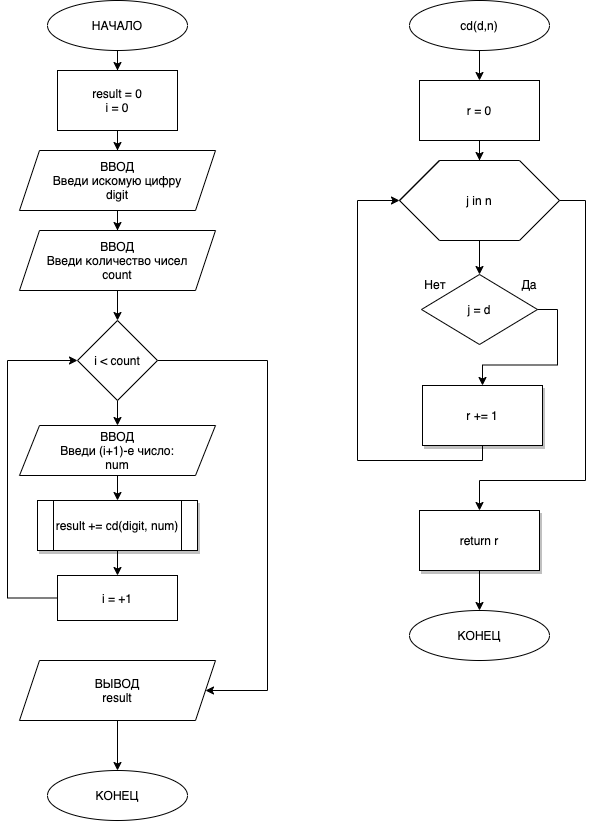
RSV48/algorithms keeps this draw.io diagram as lesson_02-task_02_08.png. Above is the earlier version. Source tidied: cells renumbered, new cells last; positions are measured from the earlier drawing's top-left corner, leaving out a move shared by most shapes. Its diagram source:
```xml
<mxGraphModel>
  <root>
    <mxCell id="0" />
    <mxCell id="1" parent="0" />
    <mxCell id="2" style="edgeStyle=orthogonalEdgeStyle;rounded=0;jettySize=auto;html=1;entryX=0.5;entryY=0;entryDx=0;entryDy=0;fontSize=12;" parent="1" edge="1" source="3" target="43">
      <mxGeometry relative="1" as="geometry" />
    </mxCell>
    <mxCell id="3" value="НАЧАЛО" style="ellipse;whiteSpace=wrap;html=1;fontSize=12;" parent="1" vertex="1">
      <mxGeometry x="40" width="140" height="50" as="geometry" />
    </mxCell>
    <mxCell id="4" style="edgeStyle=orthogonalEdgeStyle;rounded=0;jettySize=auto;html=1;entryX=0.5;entryY=0;entryDx=0;entryDy=0;exitX=0.5;exitY=1;exitDx=0;exitDy=0;fontSize=12;" parent="1" edge="1" source="41" target="8">
      <mxGeometry relative="1" as="geometry" />
    </mxCell>
    <mxCell id="5" style="edgeStyle=orthogonalEdgeStyle;rounded=0;jettySize=auto;html=1;fontSize=12;entryX=0.5;entryY=0;entryDx=0;entryDy=0;" parent="1" edge="1" source="6" target="47">
      <mxGeometry relative="1" as="geometry" />
    </mxCell>
    <mxCell id="6" value="ВВОД&lt;br style=&quot;font-size: 12px&quot;&gt;Введи искомую цифру&lt;br&gt;digit" style="shape=parallelogram;perimeter=parallelogramPerimeter;whiteSpace=wrap;html=1;fixedSize=1;fontSize=12;" parent="1" vertex="1">
      <mxGeometry x="12" y="150" width="196" height="60" as="geometry" />
    </mxCell>
    <mxCell id="7" style="edgeStyle=orthogonalEdgeStyle;rounded=0;jettySize=auto;html=1;fontSize=12;" parent="1" edge="1" source="8" target="10">
      <mxGeometry relative="1" as="geometry" />
    </mxCell>
    <mxCell id="8" value="ВВОД&lt;br style=&quot;font-size: 12px&quot;&gt;Введи (i+1)-е число:&lt;br style=&quot;font-size: 12px&quot;&gt;num" style="shape=parallelogram;perimeter=parallelogramPerimeter;whiteSpace=wrap;html=1;fixedSize=1;fontSize=12;" parent="1" vertex="1">
      <mxGeometry x="12" y="425" width="196" height="50" as="geometry" />
    </mxCell>
    <mxCell id="9" style="edgeStyle=orthogonalEdgeStyle;rounded=0;jettySize=auto;html=1;entryX=0.5;entryY=0;entryDx=0;entryDy=0;fontSize=12;" parent="1" edge="1" source="10" target="45">
      <mxGeometry relative="1" as="geometry" />
    </mxCell>
    <mxCell id="10" value="result += cd(digit, num)" style="shape=process;whiteSpace=wrap;html=1;backgroundOutline=1;shadow=1;fontSize=12;" parent="1" vertex="1">
      <mxGeometry x="30" y="500" width="160" height="50" as="geometry" />
    </mxCell>
    <mxCell id="11" style="edgeStyle=orthogonalEdgeStyle;rounded=0;jettySize=auto;html=1;fontSize=12;" parent="1" edge="1" source="12" target="13">
      <mxGeometry relative="1" as="geometry" />
    </mxCell>
    <mxCell id="12" value="ВЫВОД&lt;br style=&quot;font-size: 12px;&quot;&gt;result" style="shape=parallelogram;perimeter=parallelogramPerimeter;whiteSpace=wrap;html=1;fixedSize=1;fontSize=12;" parent="1" vertex="1">
      <mxGeometry x="12" y="660" width="196" height="60" as="geometry" />
    </mxCell>
    <mxCell id="13" value="КОНЕЦ" style="ellipse;whiteSpace=wrap;html=1;fontSize=12;" parent="1" vertex="1">
      <mxGeometry x="40" y="770" width="140" height="50" as="geometry" />
    </mxCell>
    <mxCell id="14" style="edgeStyle=orthogonalEdgeStyle;rounded=0;jettySize=auto;html=1;entryX=0.5;entryY=0;entryDx=0;entryDy=0;fontSize=12;" parent="1" edge="1" source="15" target="39">
      <mxGeometry relative="1" as="geometry" />
    </mxCell>
    <mxCell id="15" value="cd(d,n)" style="ellipse;whiteSpace=wrap;html=1;fontSize=12;" parent="1" vertex="1">
      <mxGeometry x="402" width="140" height="50" as="geometry" />
    </mxCell>
    <mxCell id="16" style="group;fontSize=12;" parent="1" vertex="1">
      <mxGeometry x="392" y="160" width="160" height="80" as="geometry" />
    </mxCell>
    <mxCell id="17" value="j in n" style="text;html=1;align=center;verticalAlign=middle;whiteSpace=wrap;rounded=0;shadow=0;fillColor=#ffffff;fontSize=12;" parent="16" vertex="1">
      <mxGeometry width="160" height="80" as="geometry" />
    </mxCell>
    <mxCell id="18" style="endArrow=none;html=1;fontSize=12;" parent="16" edge="1">
      <mxGeometry relative="1" as="geometry">
        <mxPoint y="40" as="sourcePoint" />
        <mxPoint x="40" as="targetPoint" />
      </mxGeometry>
    </mxCell>
    <mxCell id="19" style="endArrow=none;html=1;fontSize=12;" parent="16" edge="1">
      <mxGeometry relative="1" as="geometry">
        <mxPoint y="40" as="sourcePoint" />
        <mxPoint x="40" as="targetPoint" />
        <Array as="points">
          <mxPoint x="20" y="20" />
        </Array>
      </mxGeometry>
    </mxCell>
    <mxCell id="20" style="endArrow=none;html=1;fontSize=12;" parent="16" edge="1">
      <mxGeometry relative="1" as="geometry">
        <mxPoint x="40" as="sourcePoint" />
        <mxPoint x="120" as="targetPoint" />
      </mxGeometry>
    </mxCell>
    <mxCell id="21" style="endArrow=none;html=1;fontSize=12;" parent="16" edge="1">
      <mxGeometry relative="1" as="geometry">
        <mxPoint x="120" y="80" as="sourcePoint" />
        <mxPoint x="160" y="40" as="targetPoint" />
      </mxGeometry>
    </mxCell>
    <mxCell id="22" style="endArrow=none;html=1;fontSize=12;" parent="16" edge="1">
      <mxGeometry relative="1" as="geometry">
        <mxPoint x="40" y="80" as="sourcePoint" />
        <mxPoint y="40" as="targetPoint" />
      </mxGeometry>
    </mxCell>
    <mxCell id="23" style="endArrow=none;html=1;fontSize=12;" parent="16" edge="1">
      <mxGeometry relative="1" as="geometry">
        <mxPoint x="160" y="40" as="sourcePoint" />
        <mxPoint x="120" as="targetPoint" />
      </mxGeometry>
    </mxCell>
    <mxCell id="24" style="endArrow=none;html=1;fontSize=12;" parent="16" edge="1">
      <mxGeometry relative="1" as="geometry">
        <mxPoint x="40" y="80" as="sourcePoint" />
        <mxPoint x="120" y="80" as="targetPoint" />
      </mxGeometry>
    </mxCell>
    <mxCell id="25" style="group;fontSize=12;" parent="1" vertex="1">
      <mxGeometry x="408" y="274" width="134" height="70" as="geometry" />
    </mxCell>
    <mxCell id="26" value="j = d" style="rhombus;whiteSpace=wrap;html=1;fontSize=12;" parent="25" vertex="1">
      <mxGeometry x="6" width="116" height="70" as="geometry" />
    </mxCell>
    <mxCell id="27" value="Нет" style="text;html=1;strokeColor=none;fillColor=none;align=center;verticalAlign=middle;whiteSpace=wrap;rounded=0;shadow=1;fontSize=12;" parent="25" vertex="1">
      <mxGeometry width="40" height="20" as="geometry" />
    </mxCell>
    <mxCell id="28" style="edgeStyle=orthogonalEdgeStyle;rounded=0;orthogonalLoop=1;jettySize=auto;html=1;exitX=0.5;exitY=1;exitDx=0;exitDy=0;fontSize=12;" parent="25" edge="1" source="27" target="27">
      <mxGeometry relative="1" as="geometry" />
    </mxCell>
    <mxCell id="29" value="Да" style="text;html=1;strokeColor=none;fillColor=none;align=center;verticalAlign=middle;whiteSpace=wrap;rounded=0;shadow=1;fontSize=12;" parent="25" vertex="1">
      <mxGeometry x="94" width="40" height="20" as="geometry" />
    </mxCell>
    <mxCell id="30" style="edgeStyle=orthogonalEdgeStyle;rounded=0;jettySize=auto;html=1;entryX=0.5;entryY=0;entryDx=0;entryDy=0;fontSize=12;" parent="1" edge="1" source="17" target="26">
      <mxGeometry relative="1" as="geometry" />
    </mxCell>
    <mxCell id="31" style="edgeStyle=orthogonalEdgeStyle;rounded=0;jettySize=auto;html=1;entryX=0;entryY=0.5;entryDx=0;entryDy=0;exitX=0.5;exitY=1;exitDx=0;exitDy=0;fontSize=12;" parent="1" edge="1" source="32" target="17">
      <mxGeometry relative="1" as="geometry">
        <Array as="points">
          <mxPoint x="475" y="460" />
          <mxPoint x="350" y="460" />
          <mxPoint x="350" y="200" />
        </Array>
      </mxGeometry>
    </mxCell>
    <mxCell id="32" value="r += 1" style="rounded=0;whiteSpace=wrap;html=1;shadow=1;fontSize=12;" parent="1" vertex="1">
      <mxGeometry x="415" y="385" width="120" height="60" as="geometry" />
    </mxCell>
    <mxCell id="33" style="edgeStyle=orthogonalEdgeStyle;rounded=0;jettySize=auto;html=1;entryX=0.5;entryY=0;entryDx=0;entryDy=0;exitX=1;exitY=0.5;exitDx=0;exitDy=0;fontSize=12;" parent="1" edge="1" source="26" target="32">
      <mxGeometry relative="1" as="geometry" />
    </mxCell>
    <mxCell id="34" style="edgeStyle=orthogonalEdgeStyle;rounded=0;jettySize=auto;html=1;entryX=0.5;entryY=0;entryDx=0;entryDy=0;exitX=1;exitY=0.5;exitDx=0;exitDy=0;fontSize=12;" parent="1" edge="1" source="17" target="36">
      <mxGeometry relative="1" as="geometry">
        <Array as="points">
          <mxPoint x="578" y="200" />
          <mxPoint x="578" y="480" />
          <mxPoint x="472" y="480" />
        </Array>
      </mxGeometry>
    </mxCell>
    <mxCell id="35" style="edgeStyle=orthogonalEdgeStyle;rounded=0;jettySize=auto;html=1;entryX=0.5;entryY=0;entryDx=0;entryDy=0;fontSize=12;" parent="1" edge="1" source="36" target="37">
      <mxGeometry relative="1" as="geometry" />
    </mxCell>
    <mxCell id="36" value="return r" style="rounded=0;whiteSpace=wrap;html=1;shadow=1;fillColor=#ffffff;fontSize=12;" parent="1" vertex="1">
      <mxGeometry x="412" y="510" width="120" height="60" as="geometry" />
    </mxCell>
    <mxCell id="37" value="КОНЕЦ" style="ellipse;whiteSpace=wrap;html=1;fontSize=12;" parent="1" vertex="1">
      <mxGeometry x="402" y="610" width="140" height="50" as="geometry" />
    </mxCell>
    <mxCell id="38" style="edgeStyle=orthogonalEdgeStyle;rounded=0;jettySize=auto;html=1;entryX=0.5;entryY=0;entryDx=0;entryDy=0;fontSize=12;" parent="1" edge="1" source="39" target="17">
      <mxGeometry relative="1" as="geometry" />
    </mxCell>
    <mxCell id="39" value="r = 0" style="rounded=0;whiteSpace=wrap;html=1;shadow=0;fillColor=#ffffff;fontSize=12;" parent="1" vertex="1">
      <mxGeometry x="412" y="80" width="120" height="60" as="geometry" />
    </mxCell>
    <mxCell id="40" style="edgeStyle=orthogonalEdgeStyle;rounded=0;jettySize=auto;html=1;entryX=1;entryY=0.5;entryDx=0;entryDy=0;fontSize=12;" parent="1" edge="1" source="41" target="12">
      <mxGeometry relative="1" as="geometry">
        <Array as="points">
          <mxPoint x="260" y="360" />
          <mxPoint x="260" y="690" />
        </Array>
      </mxGeometry>
    </mxCell>
    <mxCell id="41" value="&lt;font style=&quot;font-size: 12px&quot;&gt;i &amp;lt; count&lt;/font&gt;" style="rhombus;whiteSpace=wrap;html=1;shadow=0;fillColor=#ffffff;fontSize=12;" parent="1" vertex="1">
      <mxGeometry x="70" y="320" width="80" height="80" as="geometry" />
    </mxCell>
    <mxCell id="42" style="edgeStyle=orthogonalEdgeStyle;rounded=0;jettySize=auto;html=1;fontSize=12;" parent="1" edge="1" source="43" target="6">
      <mxGeometry relative="1" as="geometry" />
    </mxCell>
    <mxCell id="43" value="&lt;font style=&quot;font-size: 12px&quot;&gt;result = 0&lt;br style=&quot;font-size: 12px;&quot;&gt;i = 0&lt;/font&gt;" style="rounded=0;whiteSpace=wrap;html=1;shadow=0;fillColor=#ffffff;fontSize=12;" parent="1" vertex="1">
      <mxGeometry x="50" y="70" width="120" height="60" as="geometry" />
    </mxCell>
    <mxCell id="44" style="edgeStyle=orthogonalEdgeStyle;rounded=0;jettySize=auto;html=1;entryX=0;entryY=0.5;entryDx=0;entryDy=0;fontSize=12;" parent="1" edge="1" source="45" target="41">
      <mxGeometry relative="1" as="geometry">
        <Array as="points">
          <mxPoint y="598" />
          <mxPoint y="360" />
        </Array>
      </mxGeometry>
    </mxCell>
    <mxCell id="45" value="&lt;font style=&quot;font-size: 12px&quot;&gt;i = +1&lt;/font&gt;" style="rounded=0;whiteSpace=wrap;html=1;shadow=0;fillColor=#ffffff;fontSize=12;" parent="1" vertex="1">
      <mxGeometry x="50" y="575" width="120" height="45" as="geometry" />
    </mxCell>
    <mxCell id="46" style="edgeStyle=orthogonalEdgeStyle;rounded=0;jettySize=auto;html=1;entryX=0.5;entryY=0;entryDx=0;entryDy=0;fontSize=12;" parent="1" edge="1" source="47" target="41">
      <mxGeometry relative="1" as="geometry" />
    </mxCell>
    <mxCell id="47" value="ВВОД&lt;br style=&quot;font-size: 12px&quot;&gt;Введи количество чисел&lt;br&gt;count" style="shape=parallelogram;perimeter=parallelogramPerimeter;whiteSpace=wrap;html=1;fixedSize=1;fontSize=12;" parent="1" vertex="1">
      <mxGeometry x="12" y="230" width="196" height="60" as="geometry" />
    </mxCell>
  </root>
</mxGraphModel>
```
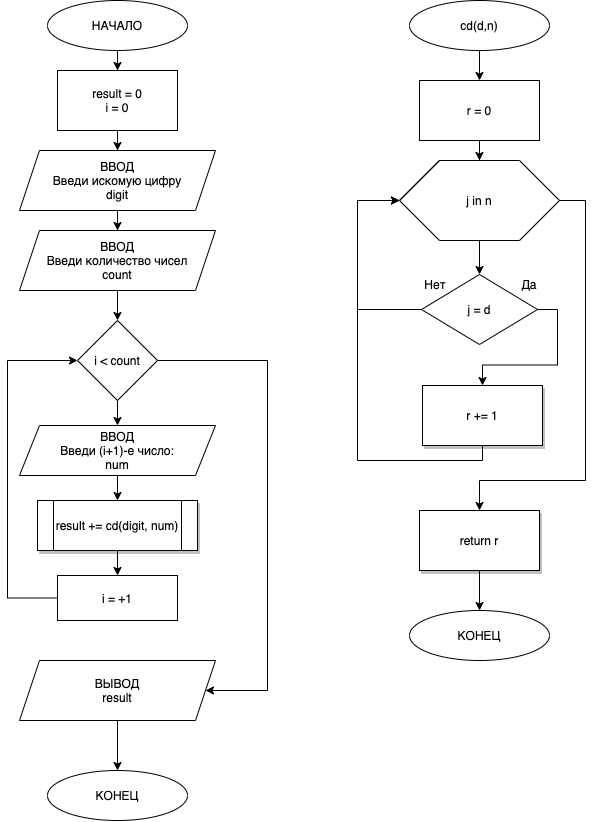
Above is the later version.

Diff of the diagram source:
```diff
@@ -186,5 +186,13 @@
     <mxCell id="47" value="ВВОД&lt;br style=&quot;font-size: 12px&quot;&gt;Введи количество чисел&lt;br&gt;count" style="shape=parallelogram;perimeter=parallelogramPerimeter;whiteSpace=wrap;html=1;fixedSize=1;fontSize=12;" parent="1" vertex="1">
       <mxGeometry x="12" y="230" width="196" height="60" as="geometry" />
     </mxCell>
+    <mxCell id="48" style="edgeStyle=orthogonalEdgeStyle;rounded=0;jettySize=auto;html=1;entryX=0;entryY=0.5;entryDx=0;entryDy=0;fontSize=12;exitX=0;exitY=0.5;exitDx=0;exitDy=0;" parent="1" edge="1" source="26" target="17">
+      <mxGeometry relative="1" as="geometry">
+        <Array as="points">
+          <mxPoint x="350" y="309" />
+          <mxPoint x="350" y="200" />
+        </Array>
+      </mxGeometry>
+    </mxCell>
   </root>
 </mxGraphModel>
```
